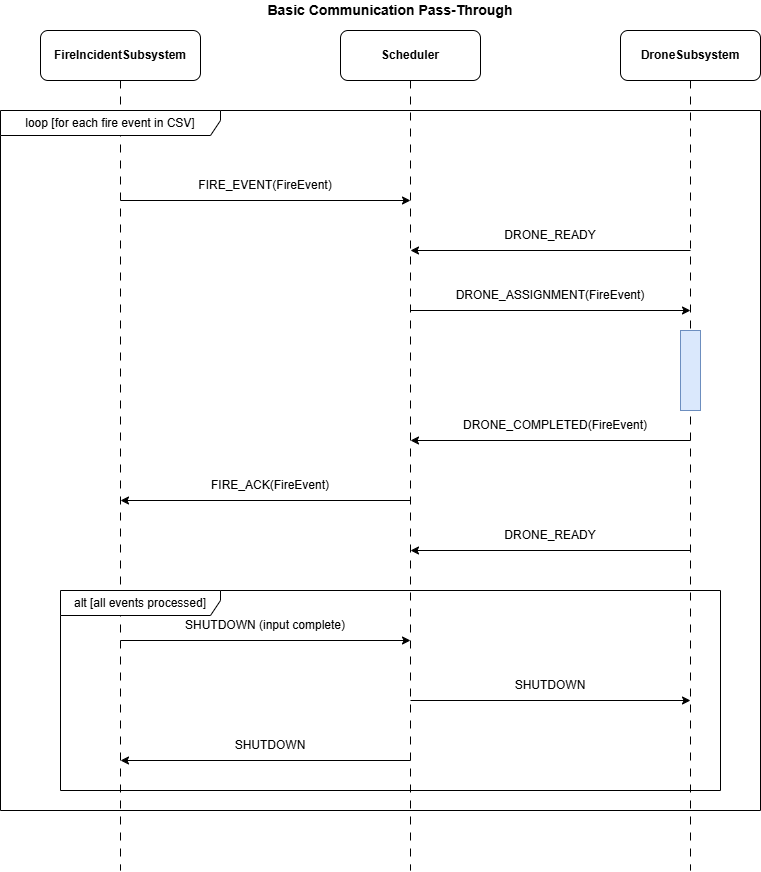
The draw.io diagram docs/diagrams/sequence-diagram.png in JowiAoun/SYSC3303W26-Project, before a commit. Source tidied: cells renumbered, new cells last; positions are measured from the earlier drawing's top-left corner, leaving out a move shared by most shapes. Source of this version:
```xml
<mxGraphModel>
  <root>
    <mxCell id="0" />
    <mxCell id="1" parent="0" />
    <mxCell id="2" value="FireIncidentSubsystem" style="rounded=1;whiteSpace=wrap;html=1;fontStyle=1;" parent="1" vertex="1">
      <mxGeometry x="40" y="30" width="160" height="50" as="geometry" />
    </mxCell>
    <mxCell id="3" value="Scheduler" style="rounded=1;whiteSpace=wrap;html=1;fontStyle=1;" parent="1" vertex="1">
      <mxGeometry x="340" y="30" width="140" height="50" as="geometry" />
    </mxCell>
    <mxCell id="4" value="DroneSubsystem" style="rounded=1;whiteSpace=wrap;html=1;fontStyle=1;" parent="1" vertex="1">
      <mxGeometry x="620" y="30" width="140" height="50" as="geometry" />
    </mxCell>
    <mxCell id="5" style="endArrow=none;html=1;rounded=0;dashed=1;dashPattern=8 8;" parent="1" edge="1">
      <mxGeometry relative="1" as="geometry">
        <mxPoint x="120" y="80" as="sourcePoint" />
        <mxPoint x="120" y="870" as="targetPoint" />
      </mxGeometry>
    </mxCell>
    <mxCell id="6" style="endArrow=none;html=1;rounded=0;dashed=1;dashPattern=8 8;" parent="1" edge="1">
      <mxGeometry relative="1" as="geometry">
        <mxPoint x="410" y="80" as="sourcePoint" />
        <mxPoint x="410" y="870" as="targetPoint" />
      </mxGeometry>
    </mxCell>
    <mxCell id="7" style="endArrow=none;html=1;rounded=0;dashed=1;dashPattern=8 8;" parent="1" edge="1">
      <mxGeometry relative="1" as="geometry">
        <mxPoint x="690" y="80" as="sourcePoint" />
        <mxPoint x="690" y="870" as="targetPoint" />
      </mxGeometry>
    </mxCell>
    <mxCell id="8" value="loop [for each fire event in CSV]" style="shape=umlFrame;whiteSpace=wrap;html=1;width=220;height=25;" parent="1" vertex="1">
      <mxGeometry y="110" width="760" height="700" as="geometry" />
    </mxCell>
    <mxCell id="9" style="endArrow=classic;html=1;rounded=0;" parent="1" edge="1">
      <mxGeometry relative="1" as="geometry">
        <mxPoint x="120" y="200" as="sourcePoint" />
        <mxPoint x="410" y="200" as="targetPoint" />
      </mxGeometry>
    </mxCell>
    <mxCell id="10" value="FIRE_EVENT(FireEvent)" style="text;html=1;strokeColor=none;fillColor=none;align=center;verticalAlign=middle;whiteSpace=wrap;rounded=0;" parent="1" vertex="1">
      <mxGeometry x="190" y="175" width="150" height="20" as="geometry" />
    </mxCell>
    <mxCell id="11" style="endArrow=classic;html=1;rounded=0;" parent="1" edge="1">
      <mxGeometry relative="1" as="geometry">
        <mxPoint x="690" y="250" as="sourcePoint" />
        <mxPoint x="410" y="250" as="targetPoint" />
      </mxGeometry>
    </mxCell>
    <mxCell id="12" value="DRONE_READY" style="text;html=1;strokeColor=none;fillColor=none;align=center;verticalAlign=middle;whiteSpace=wrap;rounded=0;" parent="1" vertex="1">
      <mxGeometry x="490" y="225" width="120" height="20" as="geometry" />
    </mxCell>
    <mxCell id="13" style="endArrow=classic;html=1;rounded=0;" parent="1" edge="1">
      <mxGeometry relative="1" as="geometry">
        <mxPoint x="410" y="310" as="sourcePoint" />
        <mxPoint x="690" y="310" as="targetPoint" />
      </mxGeometry>
    </mxCell>
    <mxCell id="14" value="DRONE_ASSIGNMENT(FireEvent)" style="text;html=1;strokeColor=none;fillColor=none;align=center;verticalAlign=middle;whiteSpace=wrap;rounded=0;" parent="1" vertex="1">
      <mxGeometry x="450" y="285" width="200" height="20" as="geometry" />
    </mxCell>
    <mxCell id="15" style="rounded=0;whiteSpace=wrap;html=1;fillColor=#dae8fc;strokeColor=#6c8ebf;" parent="1" vertex="1">
      <mxGeometry x="680" y="330" width="20" height="80" as="geometry" />
    </mxCell>
    <mxCell id="16" style="endArrow=classic;html=1;rounded=0;" parent="1" edge="1">
      <mxGeometry relative="1" as="geometry">
        <mxPoint x="690" y="440" as="sourcePoint" />
        <mxPoint x="410" y="440" as="targetPoint" />
      </mxGeometry>
    </mxCell>
    <mxCell id="17" value="DRONE_COMPLETED(FireEvent)" style="text;html=1;strokeColor=none;fillColor=none;align=center;verticalAlign=middle;whiteSpace=wrap;rounded=0;" parent="1" vertex="1">
      <mxGeometry x="460" y="415" width="190" height="20" as="geometry" />
    </mxCell>
    <mxCell id="18" style="endArrow=classic;html=1;rounded=0;" parent="1" edge="1">
      <mxGeometry relative="1" as="geometry">
        <mxPoint x="410" y="500" as="sourcePoint" />
        <mxPoint x="120" y="500" as="targetPoint" />
      </mxGeometry>
    </mxCell>
    <mxCell id="19" value="FIRE_ACK(FireEvent)" style="text;html=1;strokeColor=none;fillColor=none;align=center;verticalAlign=middle;whiteSpace=wrap;rounded=0;" parent="1" vertex="1">
      <mxGeometry x="200" y="475" width="140" height="20" as="geometry" />
    </mxCell>
    <mxCell id="20" style="endArrow=classic;html=1;rounded=0;" parent="1" edge="1">
      <mxGeometry relative="1" as="geometry">
        <mxPoint x="690" y="550" as="sourcePoint" />
        <mxPoint x="410" y="550" as="targetPoint" />
      </mxGeometry>
    </mxCell>
    <mxCell id="21" value="DRONE_READY" style="text;html=1;strokeColor=none;fillColor=none;align=center;verticalAlign=middle;whiteSpace=wrap;rounded=0;" parent="1" vertex="1">
      <mxGeometry x="490" y="525" width="120" height="20" as="geometry" />
    </mxCell>
    <mxCell id="22" value="alt [all events processed]" style="shape=umlFrame;whiteSpace=wrap;html=1;width=160;height=25;" parent="1" vertex="1">
      <mxGeometry x="60" y="590" width="660" height="200" as="geometry" />
    </mxCell>
    <mxCell id="23" style="endArrow=classic;html=1;rounded=0;" parent="1" edge="1">
      <mxGeometry relative="1" as="geometry">
        <mxPoint x="120" y="640" as="sourcePoint" />
        <mxPoint x="410" y="640" as="targetPoint" />
      </mxGeometry>
    </mxCell>
    <mxCell id="24" value="SHUTDOWN (input complete)" style="text;html=1;strokeColor=none;fillColor=none;align=center;verticalAlign=middle;whiteSpace=wrap;rounded=0;" parent="1" vertex="1">
      <mxGeometry x="180" y="615" width="170" height="20" as="geometry" />
    </mxCell>
    <mxCell id="25" style="endArrow=classic;html=1;rounded=0;" parent="1" edge="1">
      <mxGeometry relative="1" as="geometry">
        <mxPoint x="410" y="700" as="sourcePoint" />
        <mxPoint x="690" y="700" as="targetPoint" />
      </mxGeometry>
    </mxCell>
    <mxCell id="26" value="SHUTDOWN" style="text;html=1;strokeColor=none;fillColor=none;align=center;verticalAlign=middle;whiteSpace=wrap;rounded=0;" parent="1" vertex="1">
      <mxGeometry x="500" y="675" width="100" height="20" as="geometry" />
    </mxCell>
    <mxCell id="27" style="endArrow=classic;html=1;rounded=0;" parent="1" edge="1">
      <mxGeometry relative="1" as="geometry">
        <mxPoint x="410" y="760" as="sourcePoint" />
        <mxPoint x="120" y="760" as="targetPoint" />
      </mxGeometry>
    </mxCell>
    <mxCell id="28" value="SHUTDOWN" style="text;html=1;strokeColor=none;fillColor=none;align=center;verticalAlign=middle;whiteSpace=wrap;rounded=0;" parent="1" vertex="1">
      <mxGeometry x="220" y="735" width="100" height="20" as="geometry" />
    </mxCell>
    <mxCell id="29" value="Basic Communication Pass-Through" style="text;html=1;strokeColor=none;fillColor=none;align=center;verticalAlign=middle;whiteSpace=wrap;rounded=0;fontStyle=1;fontSize=14;" parent="1" vertex="1">
      <mxGeometry x="240" width="300" height="20" as="geometry" />
    </mxCell>
  </root>
</mxGraphModel>
```
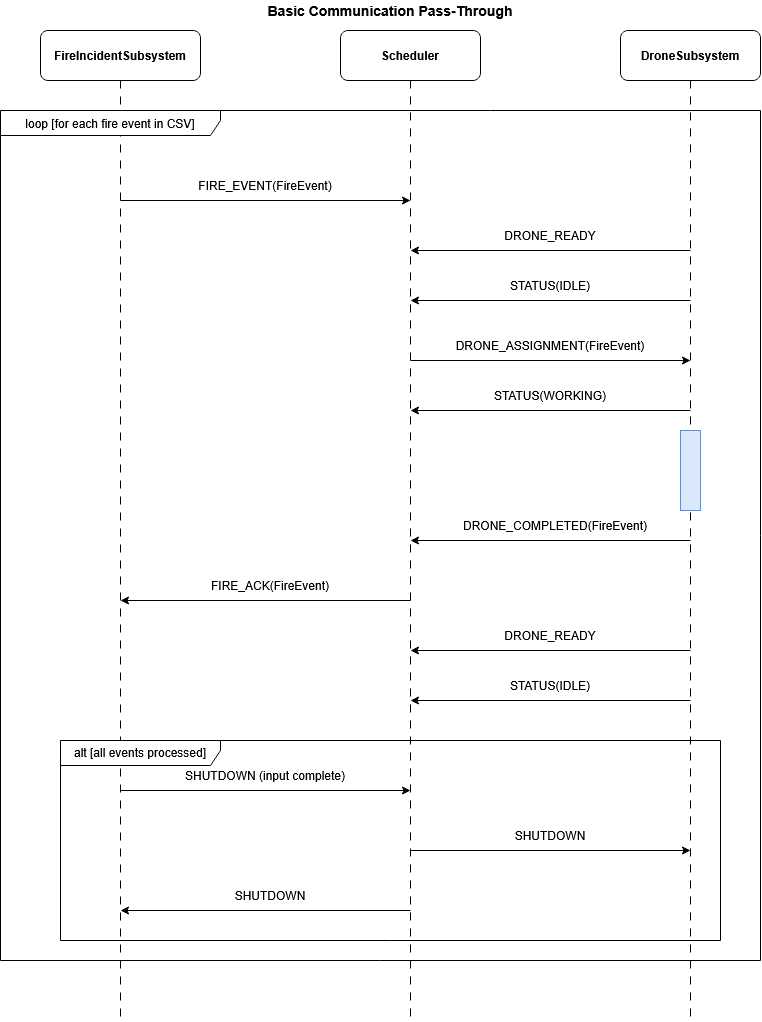
Later version of the same file.

Diff of the diagram source:
```diff
@@ -14,23 +14,23 @@
     <mxCell id="5" style="endArrow=none;html=1;rounded=0;dashed=1;dashPattern=8 8;" parent="1" edge="1">
       <mxGeometry relative="1" as="geometry">
         <mxPoint x="120" y="80" as="sourcePoint" />
-        <mxPoint x="120" y="870" as="targetPoint" />
+        <mxPoint x="120" y="1020" as="targetPoint" />
       </mxGeometry>
     </mxCell>
     <mxCell id="6" style="endArrow=none;html=1;rounded=0;dashed=1;dashPattern=8 8;" parent="1" edge="1">
       <mxGeometry relative="1" as="geometry">
         <mxPoint x="410" y="80" as="sourcePoint" />
-        <mxPoint x="410" y="870" as="targetPoint" />
+        <mxPoint x="410" y="1020" as="targetPoint" />
       </mxGeometry>
     </mxCell>
     <mxCell id="7" style="endArrow=none;html=1;rounded=0;dashed=1;dashPattern=8 8;" parent="1" edge="1">
       <mxGeometry relative="1" as="geometry">
         <mxPoint x="690" y="80" as="sourcePoint" />
-        <mxPoint x="690" y="870" as="targetPoint" />
+        <mxPoint x="690" y="1020" as="targetPoint" />
       </mxGeometry>
     </mxCell>
     <mxCell id="8" value="loop [for each fire event in CSV]" style="shape=umlFrame;whiteSpace=wrap;html=1;width=220;height=25;" parent="1" vertex="1">
-      <mxGeometry y="110" width="760" height="700" as="geometry" />
+      <mxGeometry y="110" width="760" height="850" as="geometry" />
     </mxCell>
     <mxCell id="9" style="endArrow=classic;html=1;rounded=0;" parent="1" edge="1">
       <mxGeometry relative="1" as="geometry">
@@ -52,75 +52,102 @@
     </mxCell>
     <mxCell id="13" style="endArrow=classic;html=1;rounded=0;" parent="1" edge="1">
       <mxGeometry relative="1" as="geometry">
-        <mxPoint x="410" y="310" as="sourcePoint" />
-        <mxPoint x="690" y="310" as="targetPoint" />
+        <mxPoint x="410" y="360" as="sourcePoint" />
+        <mxPoint x="690" y="360" as="targetPoint" />
       </mxGeometry>
     </mxCell>
     <mxCell id="14" value="DRONE_ASSIGNMENT(FireEvent)" style="text;html=1;strokeColor=none;fillColor=none;align=center;verticalAlign=middle;whiteSpace=wrap;rounded=0;" parent="1" vertex="1">
-      <mxGeometry x="450" y="285" width="200" height="20" as="geometry" />
+      <mxGeometry x="450" y="335" width="200" height="20" as="geometry" />
     </mxCell>
     <mxCell id="15" style="rounded=0;whiteSpace=wrap;html=1;fillColor=#dae8fc;strokeColor=#6c8ebf;" parent="1" vertex="1">
-      <mxGeometry x="680" y="330" width="20" height="80" as="geometry" />
+      <mxGeometry x="680" y="430" width="20" height="80" as="geometry" />
     </mxCell>
     <mxCell id="16" style="endArrow=classic;html=1;rounded=0;" parent="1" edge="1">
       <mxGeometry relative="1" as="geometry">
-        <mxPoint x="690" y="440" as="sourcePoint" />
-        <mxPoint x="410" y="440" as="targetPoint" />
+        <mxPoint x="690" y="540" as="sourcePoint" />
+        <mxPoint x="410" y="540" as="targetPoint" />
       </mxGeometry>
     </mxCell>
     <mxCell id="17" value="DRONE_COMPLETED(FireEvent)" style="text;html=1;strokeColor=none;fillColor=none;align=center;verticalAlign=middle;whiteSpace=wrap;rounded=0;" parent="1" vertex="1">
-      <mxGeometry x="460" y="415" width="190" height="20" as="geometry" />
+      <mxGeometry x="460" y="515" width="190" height="20" as="geometry" />
     </mxCell>
     <mxCell id="18" style="endArrow=classic;html=1;rounded=0;" parent="1" edge="1">
       <mxGeometry relative="1" as="geometry">
-        <mxPoint x="410" y="500" as="sourcePoint" />
-        <mxPoint x="120" y="500" as="targetPoint" />
+        <mxPoint x="410" y="600" as="sourcePoint" />
+        <mxPoint x="120" y="600" as="targetPoint" />
       </mxGeometry>
     </mxCell>
     <mxCell id="19" value="FIRE_ACK(FireEvent)" style="text;html=1;strokeColor=none;fillColor=none;align=center;verticalAlign=middle;whiteSpace=wrap;rounded=0;" parent="1" vertex="1">
-      <mxGeometry x="200" y="475" width="140" height="20" as="geometry" />
+      <mxGeometry x="200" y="575" width="140" height="20" as="geometry" />
     </mxCell>
     <mxCell id="20" style="endArrow=classic;html=1;rounded=0;" parent="1" edge="1">
       <mxGeometry relative="1" as="geometry">
-        <mxPoint x="690" y="550" as="sourcePoint" />
-        <mxPoint x="410" y="550" as="targetPoint" />
+        <mxPoint x="690" y="650" as="sourcePoint" />
+        <mxPoint x="410" y="650" as="targetPoint" />
       </mxGeometry>
     </mxCell>
     <mxCell id="21" value="DRONE_READY" style="text;html=1;strokeColor=none;fillColor=none;align=center;verticalAlign=middle;whiteSpace=wrap;rounded=0;" parent="1" vertex="1">
-      <mxGeometry x="490" y="525" width="120" height="20" as="geometry" />
+      <mxGeometry x="490" y="625" width="120" height="20" as="geometry" />
     </mxCell>
     <mxCell id="22" value="alt [all events processed]" style="shape=umlFrame;whiteSpace=wrap;html=1;width=160;height=25;" parent="1" vertex="1">
-      <mxGeometry x="60" y="590" width="660" height="200" as="geometry" />
+      <mxGeometry x="60" y="740" width="660" height="200" as="geometry" />
     </mxCell>
     <mxCell id="23" style="endArrow=classic;html=1;rounded=0;" parent="1" edge="1">
       <mxGeometry relative="1" as="geometry">
-        <mxPoint x="120" y="640" as="sourcePoint" />
-        <mxPoint x="410" y="640" as="targetPoint" />
+        <mxPoint x="120" y="790" as="sourcePoint" />
+        <mxPoint x="410" y="790" as="targetPoint" />
       </mxGeometry>
     </mxCell>
     <mxCell id="24" value="SHUTDOWN (input complete)" style="text;html=1;strokeColor=none;fillColor=none;align=center;verticalAlign=middle;whiteSpace=wrap;rounded=0;" parent="1" vertex="1">
-      <mxGeometry x="180" y="615" width="170" height="20" as="geometry" />
+      <mxGeometry x="180" y="765" width="170" height="20" as="geometry" />
     </mxCell>
     <mxCell id="25" style="endArrow=classic;html=1;rounded=0;" parent="1" edge="1">
       <mxGeometry relative="1" as="geometry">
-        <mxPoint x="410" y="700" as="sourcePoint" />
-        <mxPoint x="690" y="700" as="targetPoint" />
+        <mxPoint x="410" y="850" as="sourcePoint" />
+        <mxPoint x="690" y="850" as="targetPoint" />
       </mxGeometry>
     </mxCell>
     <mxCell id="26" value="SHUTDOWN" style="text;html=1;strokeColor=none;fillColor=none;align=center;verticalAlign=middle;whiteSpace=wrap;rounded=0;" parent="1" vertex="1">
-      <mxGeometry x="500" y="675" width="100" height="20" as="geometry" />
+      <mxGeometry x="500" y="825" width="100" height="20" as="geometry" />
     </mxCell>
     <mxCell id="27" style="endArrow=classic;html=1;rounded=0;" parent="1" edge="1">
       <mxGeometry relative="1" as="geometry">
-        <mxPoint x="410" y="760" as="sourcePoint" />
-        <mxPoint x="120" y="760" as="targetPoint" />
+        <mxPoint x="410" y="910" as="sourcePoint" />
+        <mxPoint x="120" y="910" as="targetPoint" />
       </mxGeometry>
     </mxCell>
     <mxCell id="28" value="SHUTDOWN" style="text;html=1;strokeColor=none;fillColor=none;align=center;verticalAlign=middle;whiteSpace=wrap;rounded=0;" parent="1" vertex="1">
-      <mxGeometry x="220" y="735" width="100" height="20" as="geometry" />
+      <mxGeometry x="220" y="885" width="100" height="20" as="geometry" />
     </mxCell>
     <mxCell id="29" value="Basic Communication Pass-Through" style="text;html=1;strokeColor=none;fillColor=none;align=center;verticalAlign=middle;whiteSpace=wrap;rounded=0;fontStyle=1;fontSize=14;" parent="1" vertex="1">
       <mxGeometry x="240" width="300" height="20" as="geometry" />
     </mxCell>
+    <mxCell id="30" style="endArrow=classic;html=1;rounded=0;" parent="1" edge="1">
+      <mxGeometry relative="1" as="geometry">
+        <mxPoint x="690" y="300" as="sourcePoint" />
+        <mxPoint x="410" y="300" as="targetPoint" />
+      </mxGeometry>
+    </mxCell>
+    <mxCell id="31" value="STATUS(IDLE)" style="text;html=1;strokeColor=none;fillColor=none;align=center;verticalAlign=middle;whiteSpace=wrap;rounded=0;" parent="1" vertex="1">
+      <mxGeometry x="450" y="275" width="200" height="20" as="geometry" />
+    </mxCell>
+    <mxCell id="32" style="endArrow=classic;html=1;rounded=0;" parent="1" edge="1">
+      <mxGeometry relative="1" as="geometry">
+        <mxPoint x="690" y="410" as="sourcePoint" />
+        <mxPoint x="410" y="410" as="targetPoint" />
+      </mxGeometry>
+    </mxCell>
+    <mxCell id="33" value="STATUS(WORKING)" style="text;html=1;strokeColor=none;fillColor=none;align=center;verticalAlign=middle;whiteSpace=wrap;rounded=0;" parent="1" vertex="1">
+      <mxGeometry x="450" y="385" width="200" height="20" as="geometry" />
+    </mxCell>
+    <mxCell id="34" style="endArrow=classic;html=1;rounded=0;" parent="1" edge="1">
+      <mxGeometry relative="1" as="geometry">
+        <mxPoint x="690" y="700" as="sourcePoint" />
+        <mxPoint x="410" y="700" as="targetPoint" />
+      </mxGeometry>
+    </mxCell>
+    <mxCell id="35" value="STATUS(IDLE)" style="text;html=1;strokeColor=none;fillColor=none;align=center;verticalAlign=middle;whiteSpace=wrap;rounded=0;" parent="1" vertex="1">
+      <mxGeometry x="450" y="675" width="200" height="20" as="geometry" />
+    </mxCell>
   </root>
 </mxGraphModel>
```
